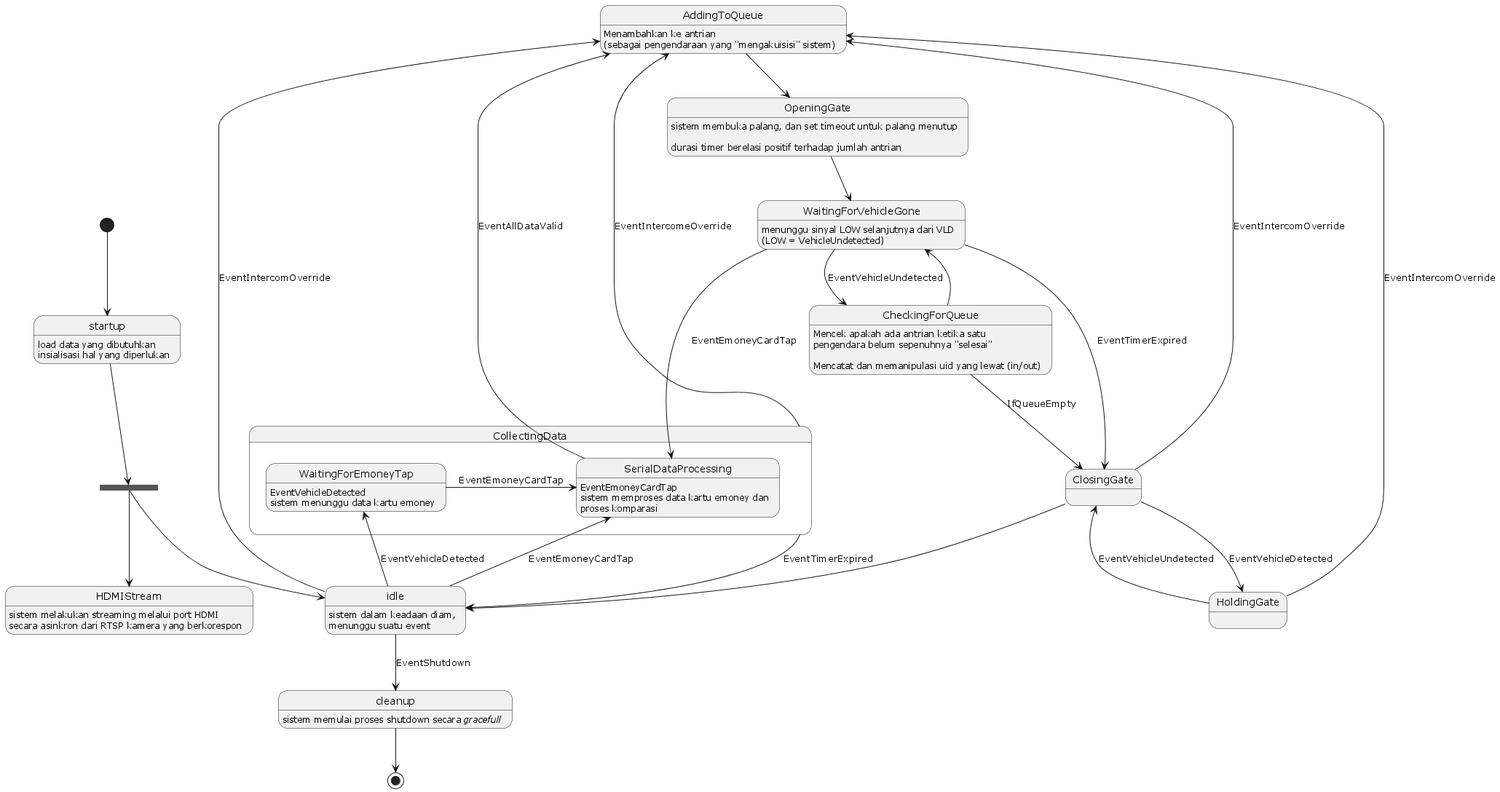
Berigoo/onegate-parking keeps this PlantUML diagram as assets/app_state.png. Above is the earlier version.
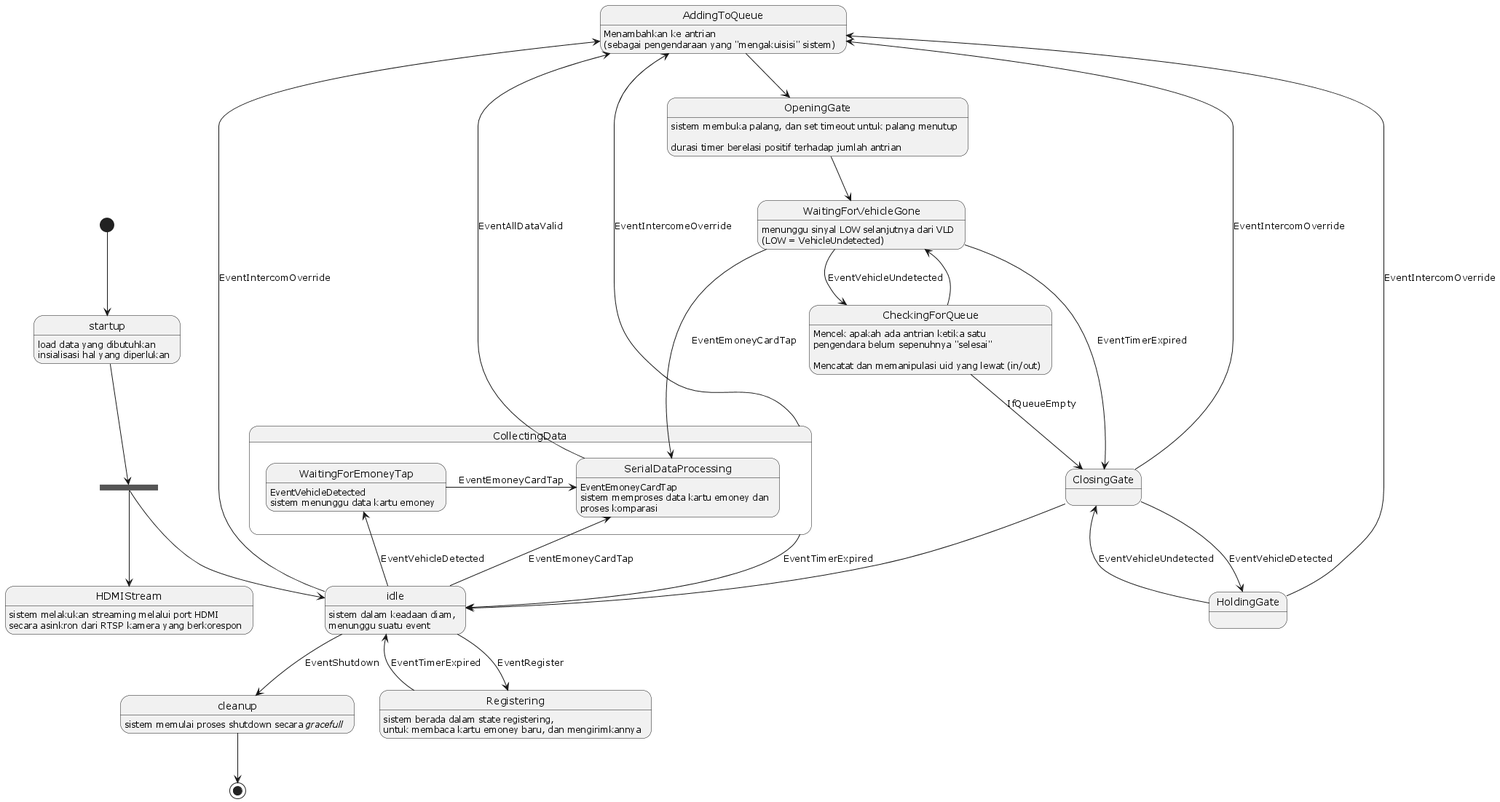
The same file after the commit.

Commit message:
feat(domain): adding new state

The edit, as a diff of the source:
```diff
@@ -37,7 +37,10 @@
 
 idle --> AddingToQueue : EventIntercomOverride
 idle --> cleanup : EventShutdown
+idle --> Registering : EventRegister
 cleanup --> [*]
+
+Registering --> idle : EventTimerExpired
 
 startup : load data yang dibutuhkan
 startup : insialisasi hal yang diperlukan
@@ -50,4 +53,5 @@
 WaitingForVehicleGone : menunggu sinyal LOW selanjutnya dari VLD\n(LOW = VehicleUndetected)
 cleanup : sistem memulai proses shutdown secara <i>gracefull</i>
 HDMIStream : sistem melakukan streaming melalui port HDMI\nsecara asinkron dari RTSP kamera yang berkorespon
+Registering : sistem berada dalam state registering,\nuntuk membaca kartu emoney baru, dan mengirimkannya
 @enduml
```
